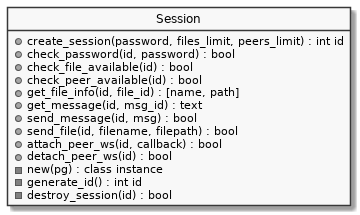
Earlier version of the PlantUML export arch/model_sesion_class.png (zhmylove/vonf).
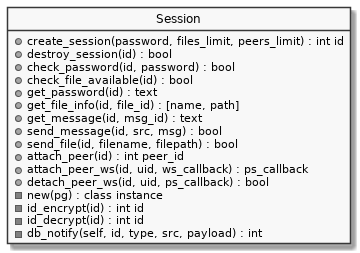
Later version of the same file.

Diff of the diagram source:
```diff
@@ -6,17 +6,20 @@
 
 class "Session" as s {
 + create_session(password, files_limit, peers_limit) : int id
++ destroy_session(id) : bool
 + check_password(id, password) : bool
 + check_file_available(id) : bool
-+ check_peer_available(id) : bool
++ get_password(id) : text
 + get_file_info(id, file_id) : [name, path]
 + get_message(id, msg_id) : text
-+ send_message(id, msg) : bool
++ send_message(id, src, msg) : bool
 + send_file(id, filename, filepath) : bool
-+ attach_peer_ws(id, callback) : bool
-+ detach_peer_ws(id) : bool
++ attach_peer(id) : int peer_id
++ attach_peer_ws(id, uid, ws_callback) : ps_callback
++ detach_peer_ws(id, uid, ps_callback) : bool
 - new(pg) : class instance
-- generate_id() : int id
-- destroy_session(id) : bool
+- id_encrypt(id) : int id
+- id_decrypt(id) : int id
+- db_notify(self, id, type, src, payload) : int
 }
 @enduml
```
